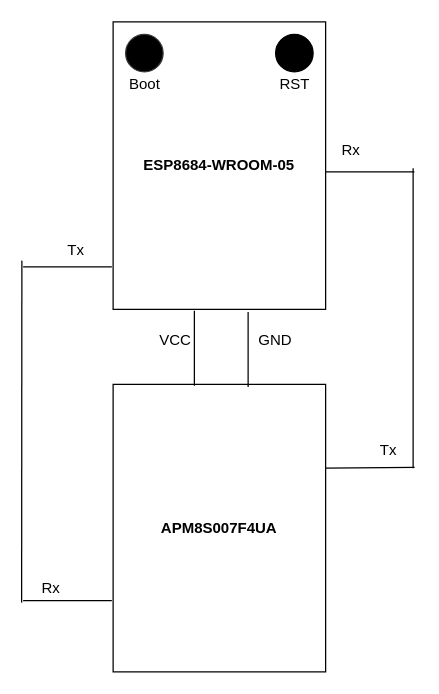
Before: ble_flowchart.drawio in vaishnavnamrata23/test-1, a draw.io diagram. Source tidied: cells renumbered, new cells numbered last; positions are measured from the earlier drawing's top-left corner, leaving out a move shared by most shapes. Both pictures are drawn from the tidied source at 125%, with x=0, y=0 at pixel (21, 21).
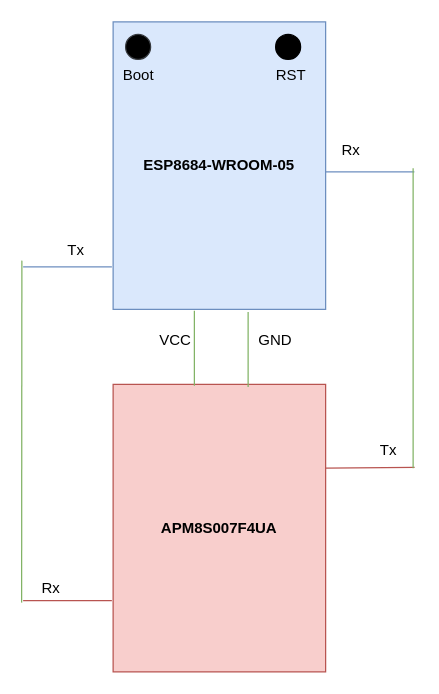
The same page after the edit.

Change to the diagram source:
```diff
@@
-    <mxCell id="2" value="&lt;b&gt;ESP8684-WROOM-05&lt;/b&gt;" style="rounded=0;whiteSpace=wrap;html=1;" parent="1" vertex="1">
+    <mxCell id="2" value="&lt;b&gt;ESP8684-WROOM-05&lt;/b&gt;" style="rounded=0;whiteSpace=wrap;html=1;fillColor=#dae8fc;strokeColor=#6c8ebf;" parent="1" vertex="1">
       <mxGeometry x="73" width="170" height="230" as="geometry" />
     </mxCell>
     <mxCell id="3" style="ellipse;whiteSpace=wrap;html=1;strokeColor=#36393d;fillColor=#000000;" parent="1" vertex="1">
-      <mxGeometry x="83" y="10" width="30" height="30" as="geometry" />
+      <mxGeometry x="83" y="10" width="20" height="20" as="geometry" />
     </mxCell>
     <mxCell id="4" style="ellipse;whiteSpace=wrap;html=1;strokeColor=default;fillColor=#000000;" parent="1" vertex="1">
-      <mxGeometry x="203" y="10" width="30" height="30" as="geometry" />
+      <mxGeometry x="203" y="10" width="20" height="20" as="geometry" />
     </mxCell>
     <mxCell id="5" value="Boot" style="text;html=1;align=center;verticalAlign=middle;whiteSpace=wrap;rounded=0;" parent="1" vertex="1">
-      <mxGeometry x="60.5" y="40" width="75" height="20" as="geometry" />
+      <mxGeometry x="55.5" y="33" width="75" height="20" as="geometry" />
     </mxCell>
     <mxCell id="6" value="RST" style="text;html=1;align=center;verticalAlign=middle;whiteSpace=wrap;rounded=0;" parent="1" vertex="1">
-      <mxGeometry x="180.5" y="40" width="75" height="20" as="geometry" />
+      <mxGeometry x="177.5" y="33" width="75" height="20" as="geometry" />
     </mxCell>
-    <mxCell id="7" value="&lt;b&gt;APM8S007F4UA&lt;/b&gt;" style="rounded=0;whiteSpace=wrap;html=1;" parent="1" vertex="1">
+    <mxCell id="7" value="&lt;b&gt;APM8S007F4UA&lt;/b&gt;" style="rounded=0;whiteSpace=wrap;html=1;fillColor=#f8cecc;strokeColor=#b85450;" parent="1" vertex="1">
       <mxGeometry x="73" y="290" width="170" height="230" as="geometry" />
     </mxCell>
-    <mxCell id="8" style="endArrow=none;html=1;rounded=0;" parent="1" edge="1">
+    <mxCell id="8" style="endArrow=none;html=1;rounded=0;fillColor=#d5e8d4;strokeColor=#82b366;" parent="1" edge="1">
       <mxGeometry relative="1" as="geometry">
         <mxPoint x="138" y="291" as="sourcePoint" />
         <mxPoint x="138" y="231" as="targetPoint" />
       </mxGeometry>
     </mxCell>
-    <mxCell id="9" style="endArrow=none;html=1;rounded=0;" parent="1" edge="1">
+    <mxCell id="9" style="endArrow=none;html=1;rounded=0;fillColor=#d5e8d4;strokeColor=#82b366;" parent="1" edge="1">
       <mxGeometry relative="1" as="geometry">
         <mxPoint x="181" y="292" as="sourcePoint" />
         <mxPoint x="181" y="232" as="targetPoint" />
       </mxGeometry>
     </mxCell>
@@
-    <mxCell id="16" style="endArrow=none;html=1;rounded=0;entryX=1.03;entryY=0.713;entryDx=0;entryDy=0;entryPerimeter=0;" parent="1" edge="1">
+    <mxCell id="16" style="endArrow=none;html=1;rounded=0;entryX=1.03;entryY=0.713;entryDx=0;entryDy=0;entryPerimeter=0;fillColor=#f8cecc;strokeColor=#b85450;" parent="1" edge="1">
       <mxGeometry relative="1" as="geometry">
         <mxPoint x="243" y="357" as="sourcePoint" />
         <mxPoint x="314.2" y="356.4" as="targetPoint" />
       </mxGeometry>
     </mxCell>
-    <mxCell id="17" style="endArrow=none;html=1;rounded=0;exitX=1;exitY=0.522;exitDx=0;exitDy=0;exitPerimeter=0;" parent="1" edge="1" source="2">
+    <mxCell id="17" style="endArrow=none;html=1;rounded=0;exitX=1;exitY=0.522;exitDx=0;exitDy=0;exitPerimeter=0;fillColor=#dae8fc;strokeColor=#6c8ebf;" parent="1" edge="1" source="2">
       <mxGeometry relative="1" as="geometry">
         <mxPoint x="314" y="120" as="targetPoint" />
       </mxGeometry>
     </mxCell>
-    <mxCell id="18" style="endArrow=none;html=1;rounded=0;" parent="1" edge="1">
+    <mxCell id="18" style="endArrow=none;html=1;rounded=0;fillColor=#d5e8d4;strokeColor=#82b366;" parent="1" edge="1">
       <mxGeometry relative="1" as="geometry">
         <mxPoint x="313" y="357" as="sourcePoint" />
         <mxPoint x="313" y="117" as="targetPoint" />
       </mxGeometry>
     </mxCell>
-    <mxCell id="19" style="endArrow=none;html=1;rounded=0;exitX=1;exitY=0.522;exitDx=0;exitDy=0;exitPerimeter=0;" parent="1" edge="1">
+    <mxCell id="19" style="endArrow=none;html=1;rounded=0;exitX=1;exitY=0.522;exitDx=0;exitDy=0;exitPerimeter=0;fillColor=#dae8fc;strokeColor=#6c8ebf;" parent="1" edge="1">
       <mxGeometry relative="1" as="geometry">
         <mxPoint x="1" y="196" as="sourcePoint" />
         <mxPoint x="72" y="196" as="targetPoint" />
       </mxGeometry>
     </mxCell>
-    <mxCell id="20" style="endArrow=none;html=1;rounded=0;exitX=1;exitY=0.522;exitDx=0;exitDy=0;exitPerimeter=0;" parent="1" edge="1">
+    <mxCell id="20" style="endArrow=none;html=1;rounded=0;exitX=1;exitY=0.522;exitDx=0;exitDy=0;exitPerimeter=0;fillColor=#f8cecc;strokeColor=#b85450;" parent="1" edge="1">
       <mxGeometry relative="1" as="geometry">
         <mxPoint x="1" y="463" as="sourcePoint" />
         <mxPoint x="72" y="463" as="targetPoint" />
       </mxGeometry>
     </mxCell>
-    <mxCell id="21" style="endArrow=none;html=1;rounded=0;exitX=-0.08;exitY=0.753;exitDx=0;exitDy=0;exitPerimeter=0;" parent="1" edge="1">
+    <mxCell id="21" style="endArrow=none;html=1;rounded=0;exitX=-0.08;exitY=0.753;exitDx=0;exitDy=0;exitPerimeter=0;fillColor=#d5e8d4;strokeColor=#82b366;" parent="1" edge="1">
       <mxGeometry relative="1" as="geometry">
         <mxPoint x="-0.2" y="464.6" as="sourcePoint" />
         <mxPoint y="191" as="targetPoint" />
       </mxGeometry>
     </mxCell>
```
